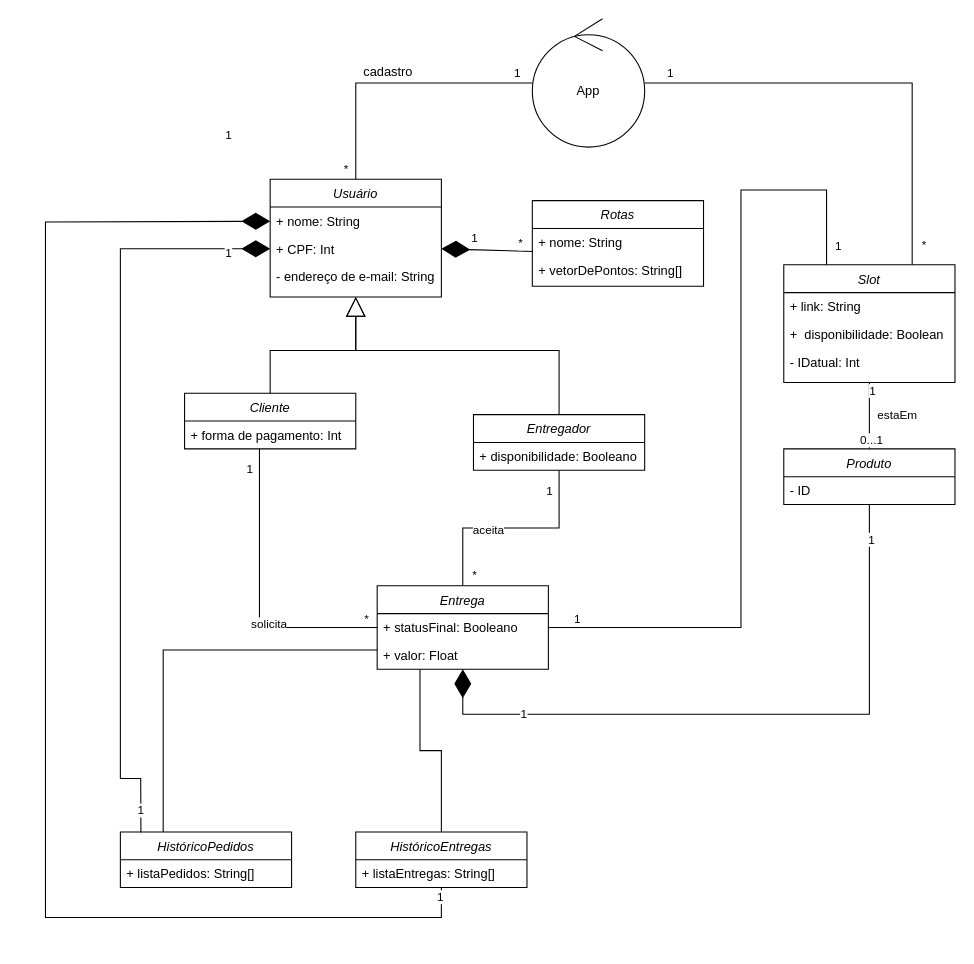
This is Diagrama Conceitual - Projeto.drawio from bruniculos08/SOFT003, a draw.io file, before an edit. Source tidied: cells renumbered, new cells numbered last; positions are measured from the earlier drawing's top-left corner, leaving out a move shared by most shapes. Both pictures are drawn from the tidied source at 107%, with x=0, y=0 at pixel (45, 18).
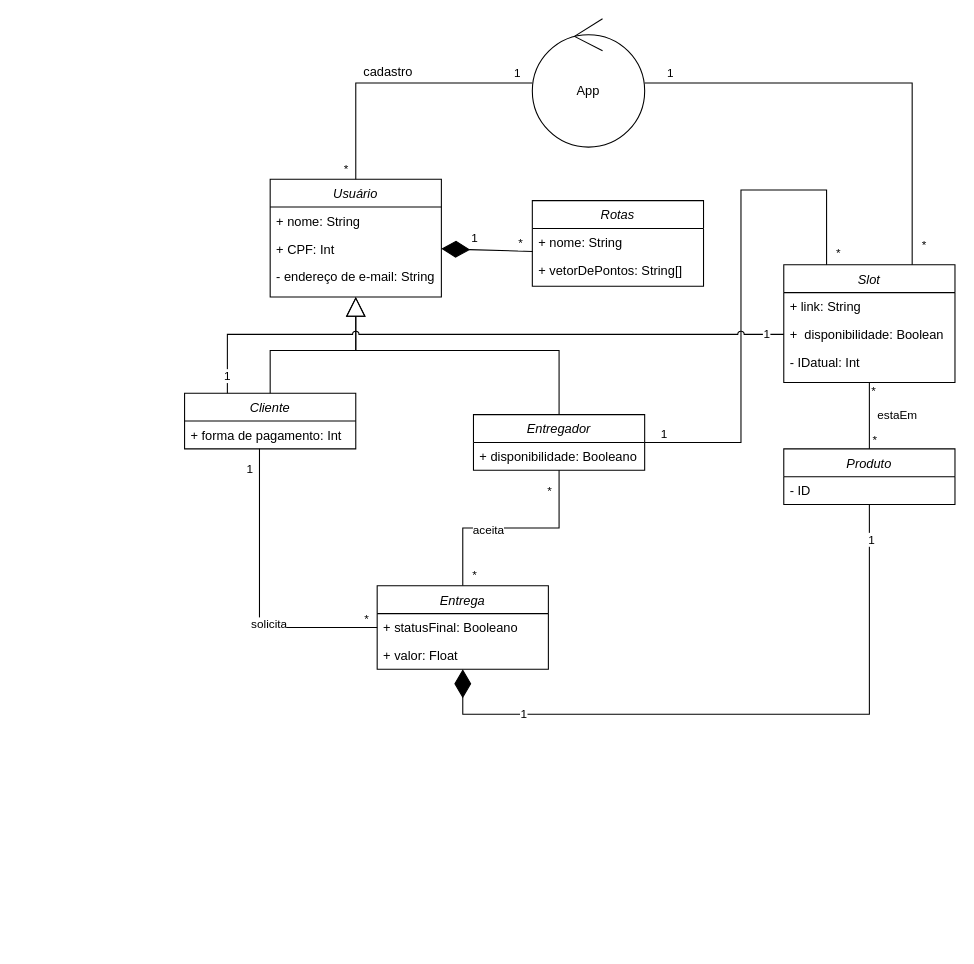
The same diagram, later.

The change refers to these unchanged cells:
```xml
<mxCell id="3" value="+ nome: String" style="text;align=left;verticalAlign=top;spacingLeft=4;spacingRight=4;overflow=hidden;points=[[0,0.5],[1,0.5]];portConstraint=eastwest;" parent="2" vertex="1">
  <mxGeometry y="26" width="160" height="26" as="geometry" />
</mxCell>
<mxCell id="4" value="+ CPF: Int" style="text;align=left;verticalAlign=top;spacingLeft=4;spacingRight=4;overflow=hidden;points=[[0,0.5],[1,0.5]];portConstraint=eastwest;rounded=0;shadow=0;html=0;" parent="2" vertex="1">
  <mxGeometry y="52" width="160" height="26" as="geometry" />
</mxCell>
<mxCell id="10" value="Cliente" style="swimlane;fontStyle=2;align=center;verticalAlign=top;horizontal=1;startSize=26;rounded=0;shadow=0;strokeWidth=1;" parent="1" vertex="1">
  <mxGeometry x="130" y="350" width="160" height="52" as="geometry" />
</mxCell>
<mxCell id="12" style="edgeStyle=orthogonalEdgeStyle;rounded=0;jettySize=auto;html=1;startArrow=none;startFill=0;endArrow=none;endFill=0;" parent="1" edge="1" source="16" target="37">
  <mxGeometry relative="1" as="geometry" />
</mxCell>
<mxCell id="16" value="Entregador" style="swimlane;fontStyle=2;align=center;verticalAlign=top;horizontal=1;startSize=26;rounded=0;shadow=0;strokeWidth=1;" parent="1" vertex="1">
  <mxGeometry x="400" y="370" width="160" height="52" as="geometry" />
</mxCell>
<mxCell id="22" style="edgeStyle=orthogonalEdgeStyle;rounded=0;jettySize=auto;html=1;exitX=0.5;exitY=1;exitDx=0;exitDy=0;entryX=0.5;entryY=0;entryDx=0;entryDy=0;startArrow=none;startFill=0;endArrow=none;endFill=0;" parent="1" edge="1" source="26" target="20">
  <mxGeometry relative="1" as="geometry" />
</mxCell>
<mxCell id="28" value="+  disponibilidade: Boolean" style="text;align=left;verticalAlign=top;spacingLeft=4;spacingRight=4;overflow=hidden;points=[[0,0.5],[1,0.5]];portConstraint=eastwest;rounded=0;shadow=0;html=0;" parent="26" vertex="1">
  <mxGeometry y="52" width="160" height="26" as="geometry" />
</mxCell>
<mxCell id="38" value="+ statusFinal: Booleano" style="text;align=left;verticalAlign=top;spacingLeft=4;spacingRight=4;overflow=hidden;points=[[0,0.5],[1,0.5]];portConstraint=eastwest;" parent="37" vertex="1">
  <mxGeometry y="26" width="160" height="26" as="geometry" />
</mxCell>
<mxCell id="39" value="+ valor: Float" style="text;align=left;verticalAlign=top;spacingLeft=4;spacingRight=4;overflow=hidden;points=[[0,0.5],[1,0.5]];portConstraint=eastwest;" parent="37" vertex="1">
  <mxGeometry y="52" width="160" height="26" as="geometry" />
</mxCell>
```

Diff of the diagram source:
```diff
@@
-    <mxCell id="14" value="1" style="edgeLabel;html=1;align=center;verticalAlign=middle;" parent="12" vertex="1">
+    <mxCell id="14" value="*" style="edgeLabel;html=1;align=center;verticalAlign=middle;" parent="12" vertex="1">
       <mxGeometry x="-0.81" relative="1" as="geometry">
         <mxPoint x="-10" as="offset" />
       </mxGeometry>
     </mxCell>
@@
-    <mxCell id="24" value="1" style="edgeLabel;html=1;align=center;verticalAlign=middle;" parent="22" vertex="1">
-      <mxGeometry x="-0.76" y="2" relative="1" as="geometry" />
+    <mxCell id="24" value="*" style="edgeLabel;html=1;align=center;verticalAlign=middle;" parent="22" vertex="1">
+      <mxGeometry x="-0.76" y="2" relative="1" as="geometry">
+        <mxPoint x="1" as="offset" />
+      </mxGeometry>
     </mxCell>
-    <mxCell id="25" value="0...1" style="edgeLabel;html=1;align=center;verticalAlign=middle;" parent="22" vertex="1">
-      <mxGeometry x="0.71" y="1" relative="1" as="geometry" />
+    <mxCell id="25" value="*" style="edgeLabel;html=1;align=center;verticalAlign=middle;" parent="22" vertex="1">
+      <mxGeometry x="0.71" y="1" relative="1" as="geometry">
+        <mxPoint x="3" as="offset" />
+      </mxGeometry>
     </mxCell>
@@
-    <mxCell id="40" style="edgeStyle=orthogonalEdgeStyle;rounded=0;jettySize=auto;html=1;exitX=1;exitY=0.5;exitDx=0;exitDy=0;startArrow=none;startFill=0;endArrow=none;endFill=0;" parent="1" edge="1" source="38">
+    <mxCell id="40" style="edgeStyle=orthogonalEdgeStyle;rounded=0;jettySize=auto;html=1;exitX=1;exitY=0.5;exitDx=0;exitDy=0;startArrow=none;startFill=0;endArrow=none;endFill=0;" parent="1" edge="1" source="16">
       <mxGeometry relative="1" as="geometry">
         <mxPoint x="730" y="230" as="targetPoint" />
         <Array as="points">
-          <mxPoint x="650" y="569" />
+          <mxPoint x="650" y="396" />
           <mxPoint x="650" y="160" />
           <mxPoint x="730" y="160" />
         </Array>
       </mxGeometry>
     </mxCell>
@@
-    <mxCell id="42" value="1" style="edgeLabel;html=1;align=center;verticalAlign=middle;" parent="40" vertex="1">
+    <mxCell id="42" value="*" style="edgeLabel;html=1;align=center;verticalAlign=middle;" parent="40" vertex="1">
       <mxGeometry x="0.95" y="2" relative="1" as="geometry">
         <mxPoint x="8" as="offset" />
       </mxGeometry>
     </mxCell>
@@
-    <mxCell id="53" value="HistóricoEntregas" style="swimlane;fontStyle=2;align=center;verticalAlign=top;horizontal=1;startSize=26;rounded=0;shadow=0;strokeWidth=1;" parent="1" vertex="1">
-      <mxGeometry x="290" y="760" width="160" height="52" as="geometry" />
-    </mxCell>
-    <mxCell id="54" value="+ listaEntregas: String[]" style="text;align=left;verticalAlign=top;spacingLeft=4;spacingRight=4;overflow=hidden;points=[[0,0.5],[1,0.5]];portConstraint=eastwest;" parent="53" vertex="1">
-      <mxGeometry y="26" width="160" height="26" as="geometry" />
-    </mxCell>
-    <mxCell id="55" value="HistóricoPedidos" style="swimlane;fontStyle=2;align=center;verticalAlign=top;horizontal=1;startSize=26;rounded=0;shadow=0;strokeWidth=1;" parent="1" vertex="1">
-      <mxGeometry x="70" y="760" width="160" height="52" as="geometry" />
-    </mxCell>
-    <mxCell id="56" value="+ listaPedidos: String[]" style="text;align=left;verticalAlign=top;spacingLeft=4;spacingRight=4;overflow=hidden;" parent="55" vertex="1">
-      <mxGeometry y="26" width="160" height="26" as="geometry" />
-    </mxCell>
-    <mxCell id="57" style="edgeStyle=orthogonalEdgeStyle;rounded=0;sketch=0;jumpStyle=arc;jettySize=auto;html=1;entryX=0.5;entryY=0;entryDx=0;entryDy=0;shadow=0;startArrow=none;startFill=0;endArrow=none;endFill=0;" parent="1" edge="1" source="39" target="53">
-      <mxGeometry relative="1" as="geometry">
-        <Array as="points">
-          <mxPoint x="350" y="684" />
-          <mxPoint x="370" y="684" />
-        </Array>
-      </mxGeometry>
-    </mxCell>
-    <mxCell id="58" style="edgeStyle=orthogonalEdgeStyle;rounded=0;sketch=0;jumpStyle=arc;jettySize=auto;html=1;entryX=0.25;entryY=0;entryDx=0;entryDy=0;shadow=0;startArrow=none;startFill=0;endArrow=none;endFill=0;" parent="1" edge="1" source="39" target="55">
-      <mxGeometry relative="1" as="geometry">
-        <Array as="points">
-          <mxPoint x="110" y="590" />
-        </Array>
-      </mxGeometry>
-    </mxCell>
-    <mxCell id="59" style="endArrow=diamondThin;endFill=1;endSize=24;html=1;rounded=0;exitX=0.12;exitY=0.011;exitDx=0;exitDy=0;exitPerimeter=0;" parent="1" edge="1" source="55" target="4">
-      <mxGeometry relative="1" as="geometry">
-        <Array as="points">
-          <mxPoint x="89" y="710" />
-          <mxPoint x="70" y="710" />
-          <mxPoint x="70" y="215" />
-        </Array>
-      </mxGeometry>
-    </mxCell>
-    <mxCell id="60" value="1" style="edgeLabel;html=1;align=center;verticalAlign=middle;" parent="59" vertex="1">
-      <mxGeometry x="0.22" relative="1" as="geometry">
-        <mxPoint x="100" y="-131" as="offset" />
-      </mxGeometry>
-    </mxCell>
-    <mxCell id="61" value="1" style="edgeLabel;html=1;align=center;verticalAlign=middle;" parent="59" vertex="1">
-      <mxGeometry x="-0.72" y="1" relative="1" as="geometry">
-        <mxPoint x="19" y="59" as="offset" />
-      </mxGeometry>
-    </mxCell>
-    <mxCell id="62" style="endArrow=diamondThin;endFill=1;endSize=24;html=1;rounded=0;" parent="1" edge="1" source="54" target="3">
-      <mxGeometry relative="1" as="geometry">
-        <Array as="points">
-          <mxPoint x="370" y="840" />
-          <mxPoint x="180" y="840" />
-          <mxPoint y="840" />
-          <mxPoint y="190" />
-        </Array>
-      </mxGeometry>
-    </mxCell>
-    <mxCell id="63" value="1" style="edgeLabel;html=1;align=center;verticalAlign=middle;" parent="62" vertex="1">
-      <mxGeometry x="0.22" relative="1" as="geometry">
-        <mxPoint x="170" y="-363" as="offset" />
-      </mxGeometry>
-    </mxCell>
-    <mxCell id="64" value="1" style="edgeLabel;html=1;align=center;verticalAlign=middle;" parent="62" vertex="1">
-      <mxGeometry x="-0.72" y="1" relative="1" as="geometry">
-        <mxPoint x="146" y="-21" as="offset" />
-      </mxGeometry>
-    </mxCell>
+    <mxCell id="65" style="edgeStyle=orthogonalEdgeStyle;rounded=0;jettySize=auto;html=1;exitX=0;exitY=0.5;exitDx=0;exitDy=0;entryX=0.25;entryY=0;entryDx=0;entryDy=0;endArrow=none;endFill=0;sketch=0;jumpStyle=arc;" parent="1" edge="1" source="28" target="10">
+      <mxGeometry relative="1" as="geometry">
+        <Array as="points">
+          <mxPoint x="170" y="295" />
+        </Array>
+      </mxGeometry>
+    </mxCell>
+    <mxCell id="66" value="1" style="edgeLabel;html=1;align=center;verticalAlign=middle;" parent="65" vertex="1">
+      <mxGeometry x="0.94" relative="1" as="geometry" />
+    </mxCell>
+    <mxCell id="67" value="1" style="edgeLabel;html=1;align=center;verticalAlign=middle;" parent="65" vertex="1">
+      <mxGeometry x="-0.94" y="-1" relative="1" as="geometry" />
+    </mxCell>
```
